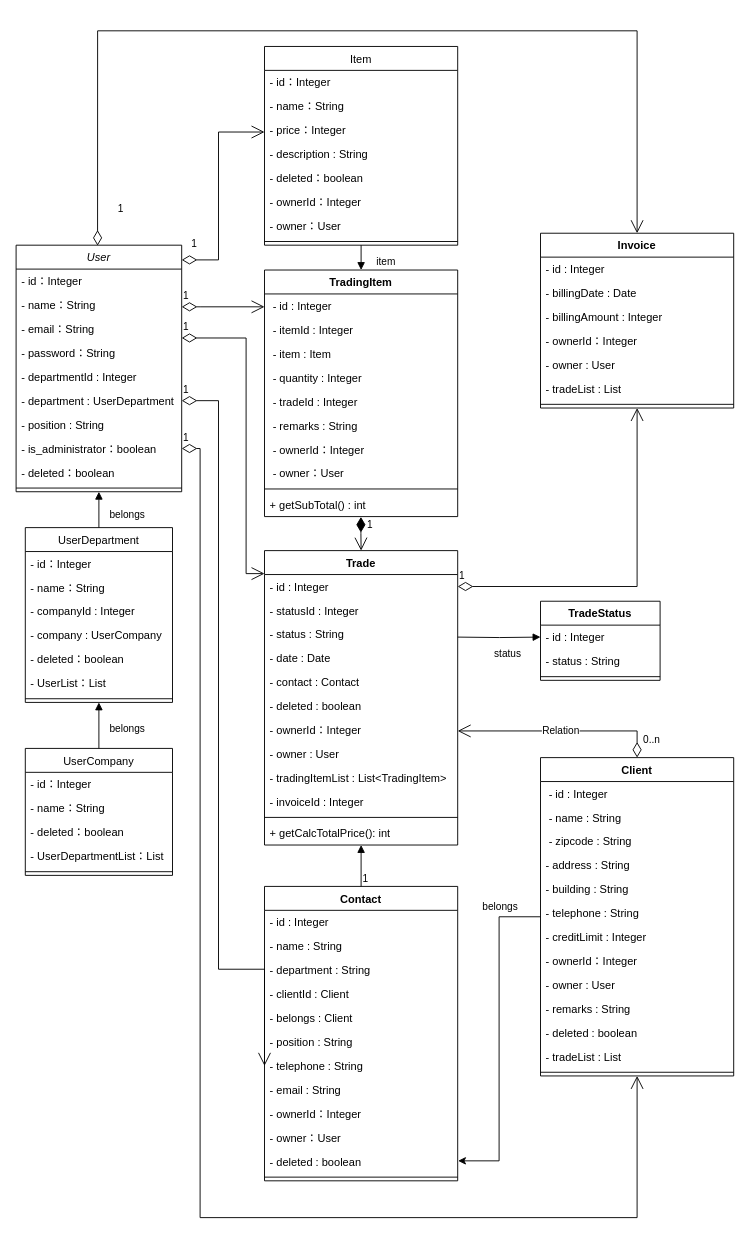
MasayukiFurumoto-rks/invoice-generator keeps this draw.io diagram as documents/ドメインモデル.drawio. Above is the earlier version. Source tidied: cells renumbered, new cells numbered last; positions are measured from the earlier drawing's top-left corner, leaving out a move shared by most shapes. Both pictures are drawn from the tidied source at 92%, with x=0, y=0 at pixel (16, 30).
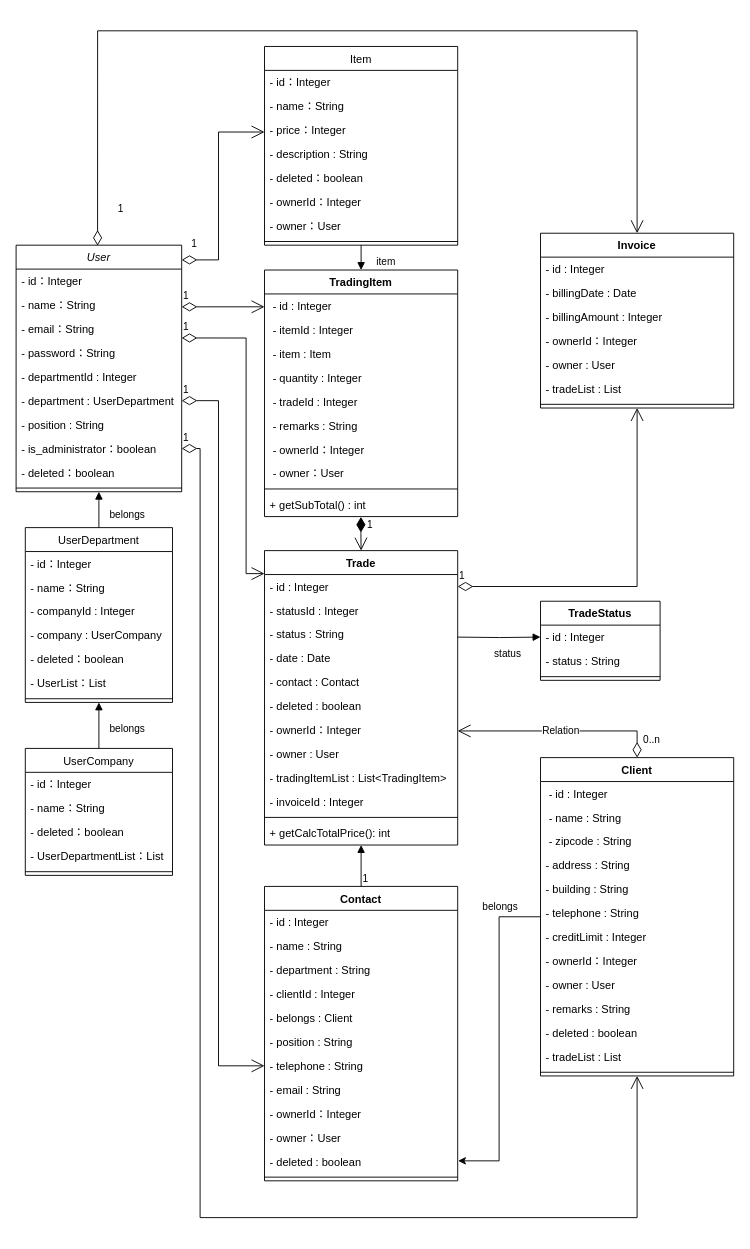
After the change.

Unchanged cells that the change refers to:
```xml
<mxCell id="8" value="- department : UserDepartment" style="text;strokeColor=none;fillColor=none;align=left;verticalAlign=top;spacingLeft=4;spacingRight=4;overflow=hidden;points=[[0,0.5],[1,0.5]];portConstraint=eastwest;" parent="2" vertex="1">
  <mxGeometry y="156" width="180" height="26" as="geometry" />
</mxCell>
<mxCell id="72" value="Contact" style="swimlane;fontStyle=1;align=center;verticalAlign=top;horizontal=1;startSize=26;" parent="1" vertex="1">
  <mxGeometry x="270" y="930" width="210" height="320" as="geometry" />
</mxCell>
<mxCell id="79" value="- telephone : String" style="text;strokeColor=none;fillColor=none;align=left;verticalAlign=top;spacingLeft=4;spacingRight=4;overflow=hidden;points=[[0,0.5],[1,0.5]];portConstraint=eastwest;" parent="72" vertex="1">
  <mxGeometry y="182" width="210" height="26" as="geometry" />
</mxCell>
```

The edit, as a diff of the source:
```diff
@@
-    <mxCell id="76" value="- clientId : Client  " style="text;strokeColor=none;fillColor=none;align=left;verticalAlign=top;spacingLeft=4;spacingRight=4;overflow=hidden;" parent="72" vertex="1">
+    <mxCell id="76" value="- clientId : Integer" style="text;strokeColor=none;fillColor=none;align=left;verticalAlign=top;spacingLeft=4;spacingRight=4;overflow=hidden;" parent="72" vertex="1">
       <mxGeometry y="104" width="210" height="26" as="geometry" />
     </mxCell>
@@
     <mxCell id="107" value="1" style="endArrow=open;html=1;endSize=12;startArrow=diamondThin;startSize=14;startFill=0;edgeStyle=orthogonalEdgeStyle;align=left;verticalAlign=bottom;rounded=0;entryX=0;entryY=0.5;entryDx=0;entryDy=0;exitX=1;exitY=0.5;exitDx=0;exitDy=0;" parent="1" edge="1" source="8" target="79">
       <mxGeometry x="-1" y="3" relative="1" as="geometry">
         <Array as="points">
           <mxPoint x="220" y="402" />
-          <mxPoint x="220" y="1020" />
+          <mxPoint x="220" y="1125" />
         </Array>
       </mxGeometry>
     </mxCell>
```
